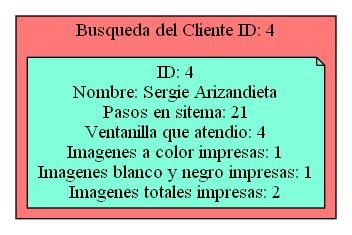
Earlier version of the Graphviz export Simple_Clients_Served_Report_Searc.png (Serch-ING/EDD_UDRAWING_202000119). Its source is kept beside it as Simple_Clients_Served_Report_Searc.dot. Source of this version:
```dot
digraph L {
node[shape=note fillcolor="#A181FF" style =filled]
subgraph cluster_p{
    label= "Busqueda del Cliente ID: 4"
    bgcolor = "#FF7878"
Nodo1008925772[label="ID: 4
Nombre: Sergie Arizandieta
Pasos en sitema: 21
Ventanilla que atendio: 4
Imagenes a color impresas: 1
Imagenes blanco y negro impresas: 1
Imagenes totales impresas: 2",fillcolor="#81FFDA"]

}}
```
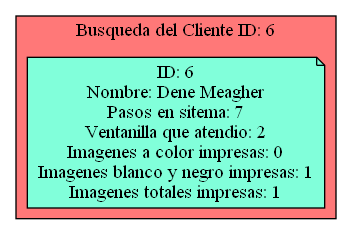
After the change.

Diff of the diagram source:
```diff
@@ -1,14 +1,14 @@
 digraph L {
 node[shape=note fillcolor="#A181FF" style =filled]
 subgraph cluster_p{
-    label= "Busqueda del Cliente ID: 4"
+    label= "Busqueda del Cliente ID: 6"
     bgcolor = "#FF7878"
-Nodo1008925772[label="ID: 4
-Nombre: Sergie Arizandieta
-Pasos en sitema: 21
-Ventanilla que atendio: 4
-Imagenes a color impresas: 1
+Nodo1008925772[label="ID: 6
+Nombre: Dene Meagher
+Pasos en sitema: 7
+Ventanilla que atendio: 2
+Imagenes a color impresas: 0
 Imagenes blanco y negro impresas: 1
-Imagenes totales impresas: 2",fillcolor="#81FFDA"]
+Imagenes totales impresas: 1",fillcolor="#81FFDA"]
 
 }}
```
